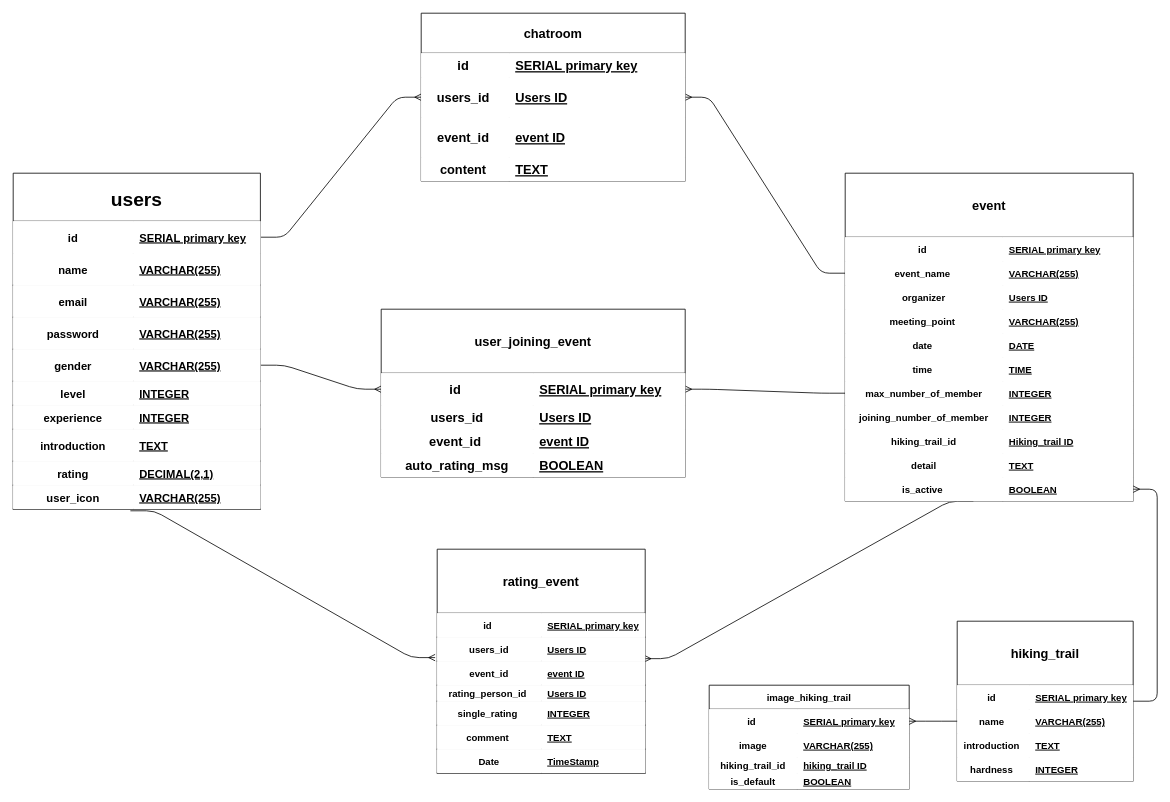
Earlier version of the draw.io diagram ERD/ERD.drawio (timven2004/letsHike). Source tidied: cells renumbered, new cells numbered last; positions are measured from the earlier drawing's top-left corner, leaving out a move shared by most shapes. Both pictures are drawn from the tidied source at 80%, with x=0, y=0 at pixel (13, 13).
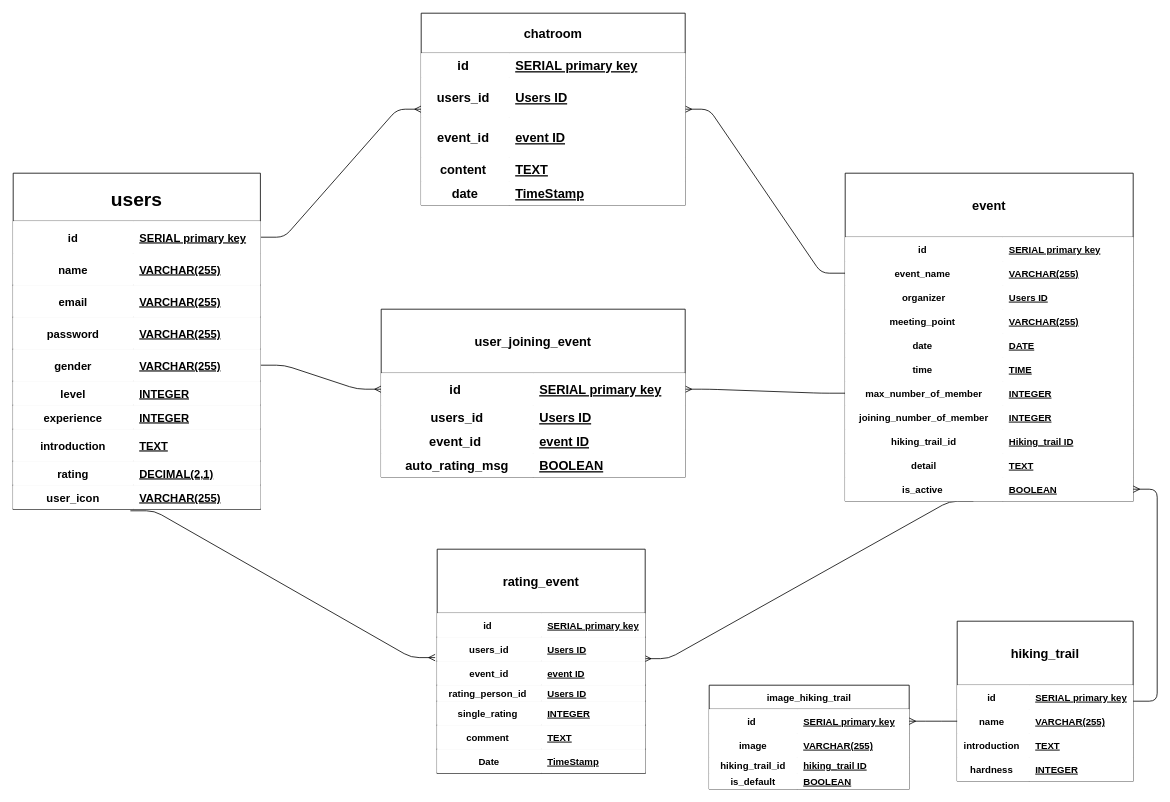
The same page after the edit.

Change to the diagram source:
```diff
@@
     <mxCell id="39" value="chatroom" style="shape=table;startSize=50;childLayout=tableLayout;rowLines=0;fontStyle=1;align=center;strokeColor=#000000;gradientColor=none;fontSize=16;" parent="1" vertex="1">
-      <mxGeometry x="510" width="330" height="210" as="geometry" />
+      <mxGeometry x="510" width="330" height="240" as="geometry" />
     </mxCell>
@@
+    <mxCell id="149" style="shape=partialRectangle;top=0;left=0;bottom=0;right=0;fontSize=16;" parent="39" vertex="1">
+      <mxGeometry y="210" width="330" height="30" as="geometry" />
+    </mxCell>
+    <mxCell id="150" value="date" style="shape=partialRectangle;top=0;left=0;bottom=0;right=0;fontStyle=1;overflow=hidden;fontSize=16;" parent="149" vertex="1">
+      <mxGeometry width="110" height="30" as="geometry" />
+    </mxCell>
+    <mxCell id="151" value="TimeStamp" style="shape=partialRectangle;top=0;left=0;bottom=0;right=0;align=left;spacingLeft=6;fontStyle=5;overflow=hidden;fontSize=16;" parent="149" vertex="1">
+      <mxGeometry x="110" width="220" height="30" as="geometry" />
+    </mxCell>
```
